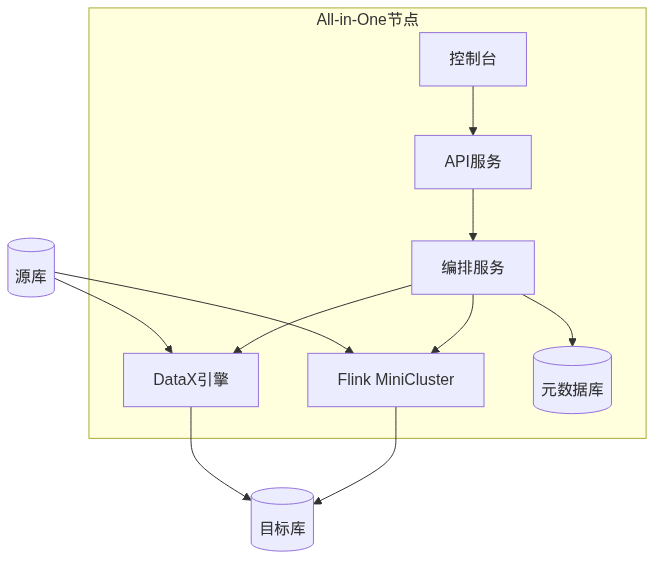
This is doc/images/fig3-4-single-node-deploy.png from program231/design, a Mermaid export, as it was before one commit. Its source is kept beside it as doc/diagrams/fig3-4-single-node-deploy.mmd. The source it was exported from:
```mermaid
flowchart TB
    subgraph singleNode [All-in-One节点]
        Console3[控制台]
        API3[API服务]
        Orchestrator4[编排服务]
        DataX3[DataX引擎]
        Flink3[Flink MiniCluster]
        MetaDB3[(元数据库)]
    end

    Source3[(源库)] --> DataX3
    DataX3 --> Target3[(目标库)]
    Source3 --> Flink3
    Flink3 --> Target3
    Console3 --> API3
    API3 --> Orchestrator4
    Orchestrator4 --> DataX3
    Orchestrator4 --> Flink3
    Orchestrator4 --> MetaDB3
```
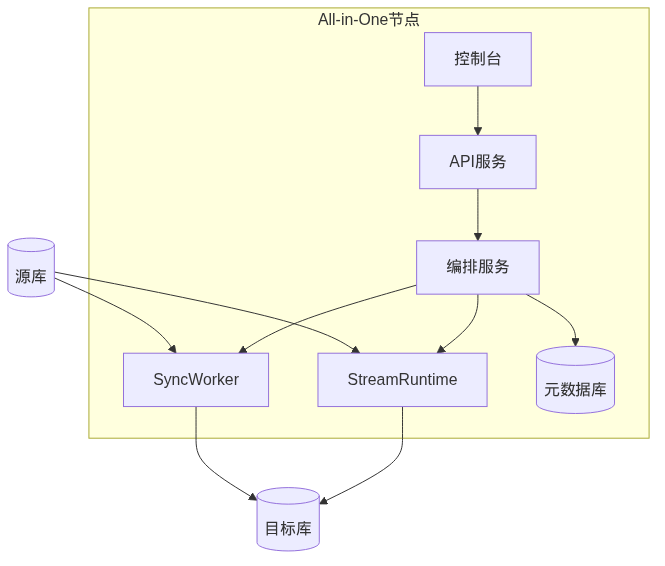
After the change.

What changed in the source:
```diff
@@ -3,17 +3,17 @@
         Console3[控制台]
         API3[API服务]
         Orchestrator4[编排服务]
-        DataX3[DataX引擎]
-        Flink3[Flink MiniCluster]
+        SyncWorker3[SyncWorker]
+        StreamRT3[StreamRuntime]
         MetaDB3[(元数据库)]
     end
 
-    Source3[(源库)] --> DataX3
-    DataX3 --> Target3[(目标库)]
-    Source3 --> Flink3
-    Flink3 --> Target3
+    Source3[(源库)] --> SyncWorker3
+    SyncWorker3 --> Target3[(目标库)]
+    Source3 --> StreamRT3
+    StreamRT3 --> Target3
     Console3 --> API3
     API3 --> Orchestrator4
-    Orchestrator4 --> DataX3
-    Orchestrator4 --> Flink3
+    Orchestrator4 --> SyncWorker3
+    Orchestrator4 --> StreamRT3
     Orchestrator4 --> MetaDB3
```
